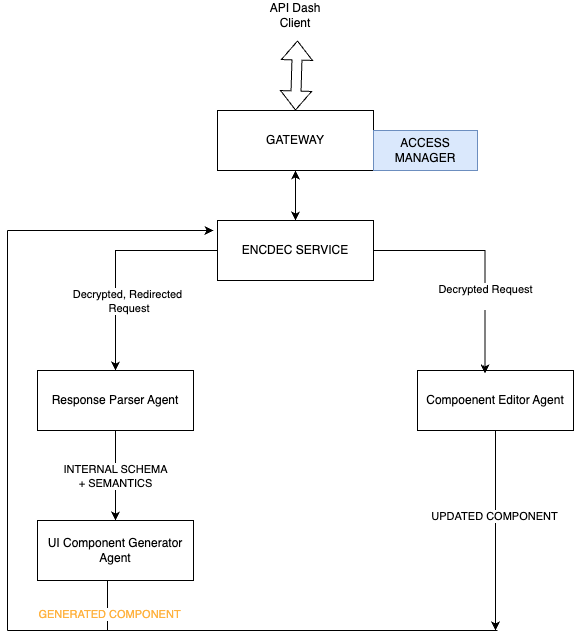
Before: archdiag.png, a diagram exported from draw.io (synapsecode/CustomStorage). Source tidied: cells renumbered, new cells last; positions are measured from the earlier drawing's top-left corner, leaving out a move shared by most shapes. Its diagram source:
```xml
<mxGraphModel>
  <root>
    <mxCell id="0" />
    <mxCell id="1" parent="0" />
    <mxCell id="2" value="GATEWAY" style="rounded=0;whiteSpace=wrap;html=1;" parent="1" vertex="1">
      <mxGeometry x="210" y="110" width="156" height="60" as="geometry" />
    </mxCell>
    <mxCell id="3" style="edgeStyle=orthogonalEdgeStyle;rounded=0;jettySize=auto;html=1;entryX=0.5;entryY=0;entryDx=0;entryDy=0;" parent="1" edge="1" source="5" target="7">
      <mxGeometry relative="1" as="geometry" />
    </mxCell>
    <mxCell id="4" value="Decrypted, Redirected&lt;div&gt;&amp;nbsp;Request&lt;/div&gt;" style="edgeLabel;html=1;align=center;verticalAlign=middle;" parent="3" vertex="1">
      <mxGeometry x="-0.21" relative="1" as="geometry">
        <mxPoint x="-2" y="50" as="offset" />
      </mxGeometry>
    </mxCell>
    <mxCell id="5" value="ENCDEC SERVICE" style="rounded=0;whiteSpace=wrap;html=1;" parent="1" vertex="1">
      <mxGeometry x="210" y="220" width="156" height="60" as="geometry" />
    </mxCell>
    <mxCell id="6" value="&lt;font style=&quot;color: light-dark(rgb(0, 0, 0), rgb(255, 178, 63));&quot;&gt;INTERNAL SCHEMA&lt;/font&gt;&lt;div&gt;&lt;font style=&quot;color: light-dark(rgb(0, 0, 0), rgb(255, 178, 63));&quot;&gt;+ SEMANTICS&lt;/font&gt;&lt;/div&gt;" style="edgeStyle=orthogonalEdgeStyle;rounded=0;jettySize=auto;html=1;" parent="1" edge="1" source="7" target="8">
      <mxGeometry x="0.01" relative="1" as="geometry" />
    </mxCell>
    <mxCell id="7" value="Response Parser Agent" style="rounded=0;whiteSpace=wrap;html=1;" parent="1" vertex="1">
      <mxGeometry x="30" y="370" width="156" height="60" as="geometry" />
    </mxCell>
    <mxCell id="8" value="UI Component Generator Agent" style="rounded=0;whiteSpace=wrap;html=1;" parent="1" vertex="1">
      <mxGeometry x="30" y="520" width="156" height="60" as="geometry" />
    </mxCell>
    <mxCell id="9" style="endArrow=none;html=1;rounded=0;" parent="1" edge="1">
      <mxGeometry relative="1" as="geometry">
        <mxPoint x="100" y="580" as="sourcePoint" />
        <mxPoint x="100" y="630" as="targetPoint" />
      </mxGeometry>
    </mxCell>
    <mxCell id="10" value="&lt;span&gt;&lt;font style=&quot;color: light-dark(rgb(255, 178, 63), rgb(163, 255, 84));&quot;&gt;GENERATED COMPONENT&lt;/font&gt;&lt;/span&gt;" style="edgeLabel;html=1;align=center;verticalAlign=middle;" parent="9" vertex="1">
      <mxGeometry x="0.31" y="1" relative="1" as="geometry" />
    </mxCell>
    <mxCell id="11" style="endArrow=none;html=1;rounded=0;" parent="1" edge="1">
      <mxGeometry relative="1" as="geometry">
        <mxPoint x="100" y="630" as="sourcePoint" />
        <mxPoint y="630" as="targetPoint" />
      </mxGeometry>
    </mxCell>
    <mxCell id="12" style="endArrow=none;html=1;rounded=0;" parent="1" edge="1">
      <mxGeometry relative="1" as="geometry">
        <mxPoint y="630" as="sourcePoint" />
        <mxPoint y="230" as="targetPoint" />
      </mxGeometry>
    </mxCell>
    <mxCell id="13" style="endArrow=classic;html=1;rounded=0;" parent="1" edge="1">
      <mxGeometry relative="1" as="geometry">
        <mxPoint y="230" as="sourcePoint" />
        <mxPoint x="206" y="230" as="targetPoint" />
      </mxGeometry>
    </mxCell>
    <mxCell id="14" style="shape=flexArrow;endArrow=classic;startArrow=classic;html=1;rounded=0;exitX=0.5;exitY=0;exitDx=0;exitDy=0;" parent="1" edge="1" source="2">
      <mxGeometry relative="1" as="geometry">
        <mxPoint x="290" y="40" as="targetPoint" />
      </mxGeometry>
    </mxCell>
    <mxCell id="15" value="API Dash Client" style="text;html=1;align=center;verticalAlign=middle;whiteSpace=wrap;rounded=0;" parent="1" vertex="1">
      <mxGeometry x="258" width="60" height="30" as="geometry" />
    </mxCell>
    <mxCell id="16" style="edgeStyle=orthogonalEdgeStyle;rounded=0;jettySize=auto;html=1;exitX=0.5;exitY=1;exitDx=0;exitDy=0;" parent="1" edge="1" source="18">
      <mxGeometry relative="1" as="geometry">
        <mxPoint x="488" y="630" as="targetPoint" />
        <Array as="points">
          <mxPoint x="488" y="630" />
        </Array>
      </mxGeometry>
    </mxCell>
    <mxCell id="17" value="&lt;font style=&quot;color: light-dark(rgb(0, 0, 0), rgb(28, 255, 126));&quot;&gt;UPDATED COMPONENT&lt;/font&gt;" style="edgeLabel;html=1;align=center;verticalAlign=middle;" parent="16" vertex="1">
      <mxGeometry x="-0.14" y="-2" relative="1" as="geometry" />
    </mxCell>
    <mxCell id="18" value="Compoenent Editor Agent" style="rounded=0;whiteSpace=wrap;html=1;" parent="1" vertex="1">
      <mxGeometry x="410" y="370" width="156" height="60" as="geometry" />
    </mxCell>
    <mxCell id="19" style="edgeStyle=orthogonalEdgeStyle;rounded=0;jettySize=auto;html=1;entryX=0.433;entryY=0.05;entryDx=0;entryDy=0;entryPerimeter=0;" parent="1" edge="1" source="5" target="18">
      <mxGeometry relative="1" as="geometry" />
    </mxCell>
    <mxCell id="20" value="Decrypted Request&lt;div&gt;&lt;br&gt;&lt;/div&gt;" style="edgeLabel;html=1;align=center;verticalAlign=middle;" parent="19" vertex="1">
      <mxGeometry x="0.33" relative="1" as="geometry" />
    </mxCell>
    <mxCell id="21" style="endArrow=none;html=1;rounded=0;" parent="1" edge="1">
      <mxGeometry relative="1" as="geometry">
        <mxPoint x="100" y="630" as="sourcePoint" />
        <mxPoint x="490" y="630" as="targetPoint" />
      </mxGeometry>
    </mxCell>
    <mxCell id="22" value="ACCESS MANAGER" style="rounded=0;whiteSpace=wrap;html=1;fillColor=#dae8fc;strokeColor=#6c8ebf;" parent="1" vertex="1">
      <mxGeometry x="366" y="130" width="104" height="40" as="geometry" />
    </mxCell>
    <mxCell id="23" style="endArrow=classic;startArrow=classic;html=1;rounded=0;entryX=0.5;entryY=1;entryDx=0;entryDy=0;exitX=0.5;exitY=0;exitDx=0;exitDy=0;" parent="1" edge="1" source="5" target="2">
      <mxGeometry relative="1" as="geometry" />
    </mxCell>
  </root>
</mxGraphModel>
```
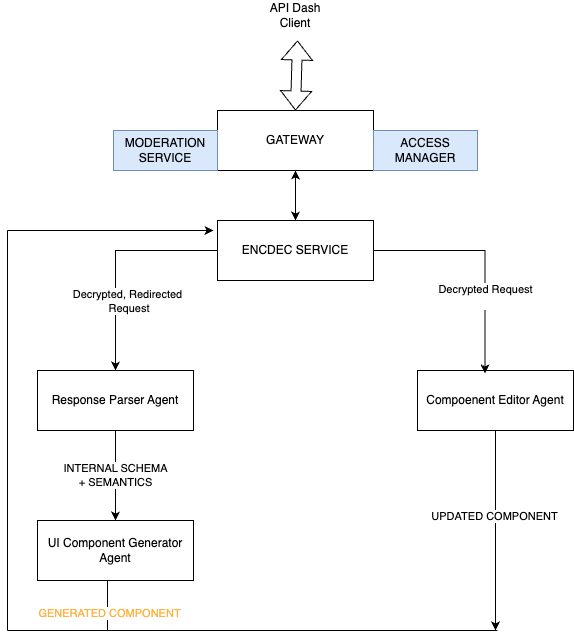
After the change.

The edit, as a diff of the source:
```diff
@@ -92,5 +92,8 @@
     <mxCell id="23" style="endArrow=classic;startArrow=classic;html=1;rounded=0;entryX=0.5;entryY=1;entryDx=0;entryDy=0;exitX=0.5;exitY=0;exitDx=0;exitDy=0;" parent="1" edge="1" source="5" target="2">
       <mxGeometry relative="1" as="geometry" />
     </mxCell>
+    <mxCell id="24" value="MODERATION&lt;div&gt;SERVICE&lt;/div&gt;" style="rounded=0;whiteSpace=wrap;html=1;fillColor=#dae8fc;strokeColor=#6c8ebf;" parent="1" vertex="1">
+      <mxGeometry x="106" y="130" width="104" height="40" as="geometry" />
+    </mxCell>
   </root>
 </mxGraphModel>
```
